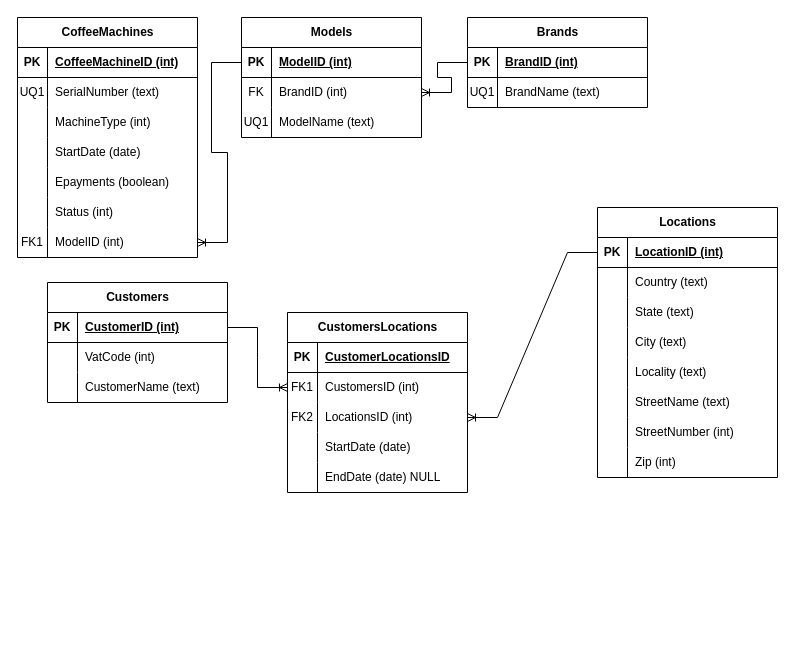
Before: Diagramma senza titolo.drawio in federico-mariconti/SIAM-1838, a draw.io diagram. Source tidied: cells renumbered, new cells numbered last; positions are measured from the earlier drawing's top-left corner, leaving out a move shared by most shapes. Both pictures are drawn from the tidied source at 100%, with x=0, y=0 at pixel (17, 17).
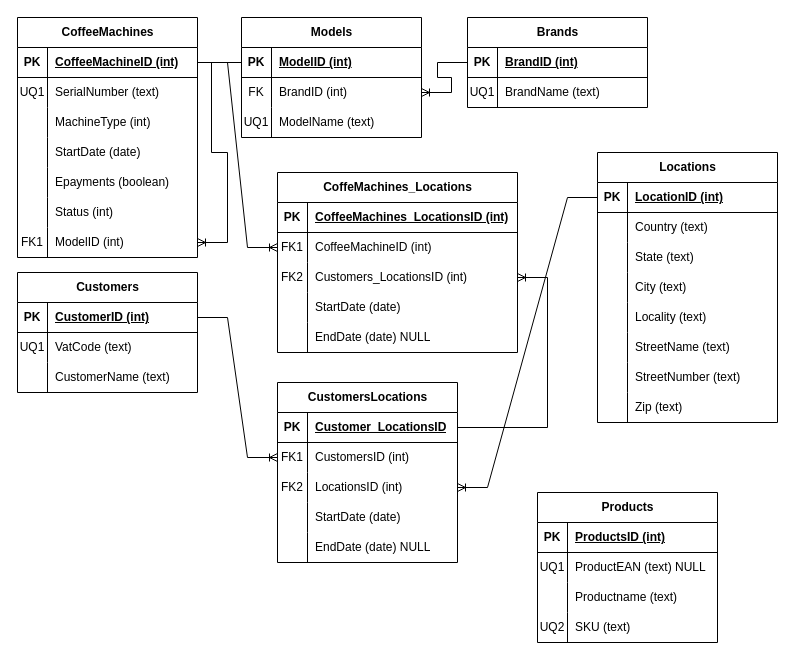
The same page after the edit.

The change refers to these unchanged cells:
```xml
<mxCell id="3" style="shape=tableRow;horizontal=0;startSize=0;swimlaneHead=0;swimlaneBody=0;fillColor=none;points=[[0,0.5],[1,0.5]];portConstraint=eastwest;top=0;left=0;right=0;bottom=1;" parent="2" vertex="1">
  <mxGeometry y="30" width="180" height="30" as="geometry" />
</mxCell>
<mxCell id="47" style="shape=tableRow;horizontal=0;startSize=0;swimlaneHead=0;swimlaneBody=0;fillColor=none;top=0;left=0;right=0;bottom=0;" parent="43" vertex="1">
  <mxGeometry y="60" width="180" height="30" as="geometry" />
</mxCell>
<mxCell id="72" style="shape=tableRow;horizontal=0;startSize=0;swimlaneHead=0;swimlaneBody=0;fillColor=none;top=0;left=0;right=0;bottom=0;" parent="53" vertex="1">
  <mxGeometry y="210" width="180" height="30" as="geometry" />
</mxCell>
<mxCell id="75" style="shape=tableRow;horizontal=0;startSize=0;swimlaneHead=0;swimlaneBody=0;fillColor=none;top=0;left=0;right=0;bottom=0;" parent="53" vertex="1">
  <mxGeometry y="240" width="180" height="30" as="geometry" />
</mxCell>
<mxCell id="79" style="shape=tableRow;horizontal=0;startSize=0;swimlaneHead=0;swimlaneBody=0;fillColor=none;points=[[0,0.5],[1,0.5]];portConstraint=eastwest;top=0;left=0;right=0;bottom=1;" parent="78" vertex="1">
  <mxGeometry y="30" width="180" height="30" as="geometry" />
</mxCell>
```

The edit, as a diff of the source:
```diff
@@
     <mxCell id="43" value="Customers" style="shape=table;startSize=30;childLayout=tableLayout;rowLines=0;fontStyle=1;align=center;html=1;" parent="1" vertex="1">
-      <mxGeometry x="30" y="265" width="180" height="120" as="geometry" />
+      <mxGeometry y="255" width="180" height="120" as="geometry" />
     </mxCell>
@@
-    <mxCell id="48" style="shape=partialRectangle;fillColor=none;top=0;left=0;bottom=0;right=0;overflow=hidden;whiteSpace=wrap;html=1;" parent="47" vertex="1">
+    <mxCell id="48" value="UQ1" style="shape=partialRectangle;fillColor=none;top=0;left=0;bottom=0;right=0;overflow=hidden;whiteSpace=wrap;html=1;" parent="47" vertex="1">
       <mxGeometry width="30" height="30" as="geometry" />
     </mxCell>
-    <mxCell id="49" value="VatCode (int)" style="shape=partialRectangle;fillColor=none;top=0;left=0;bottom=0;right=0;align=left;spacingLeft=6;overflow=hidden;whiteSpace=wrap;html=1;" parent="47" vertex="1">
+    <mxCell id="49" value="VatCode (text)" style="shape=partialRectangle;fillColor=none;top=0;left=0;bottom=0;right=0;align=left;spacingLeft=6;overflow=hidden;whiteSpace=wrap;html=1;" parent="47" vertex="1">
       <mxGeometry x="30" width="150" height="30" as="geometry" />
     </mxCell>
@@
     <mxCell id="53" value="Locations" style="shape=table;startSize=30;childLayout=tableLayout;rowLines=0;fontStyle=1;align=center;html=1;" parent="1" vertex="1">
-      <mxGeometry x="580" y="190" width="180" height="270" as="geometry" />
+      <mxGeometry x="580" y="135" width="180" height="270" as="geometry" />
     </mxCell>
@@
-    <mxCell id="74" value="StreetNumber (int)" style="shape=partialRectangle;fillColor=none;top=0;left=0;bottom=0;right=0;align=left;spacingLeft=6;overflow=hidden;whiteSpace=wrap;html=1;" parent="72" vertex="1">
+    <mxCell id="74" value="StreetNumber (text)" style="shape=partialRectangle;fillColor=none;top=0;left=0;bottom=0;right=0;align=left;spacingLeft=6;overflow=hidden;whiteSpace=wrap;html=1;" parent="72" vertex="1">
       <mxGeometry x="30" width="150" height="30" as="geometry" />
     </mxCell>
@@
-    <mxCell id="77" value="Zip (int)" style="shape=partialRectangle;fillColor=none;top=0;left=0;bottom=0;right=0;align=left;spacingLeft=6;overflow=hidden;whiteSpace=wrap;html=1;" parent="75" vertex="1">
+    <mxCell id="77" value="Zip (text)" style="shape=partialRectangle;fillColor=none;top=0;left=0;bottom=0;right=0;align=left;spacingLeft=6;overflow=hidden;whiteSpace=wrap;html=1;" parent="75" vertex="1">
       <mxGeometry x="30" width="150" height="30" as="geometry" />
     </mxCell>
     <mxCell id="78" value="CustomersLocations" style="shape=table;startSize=30;childLayout=tableLayout;rowLines=0;fontStyle=1;align=center;html=1;" parent="1" vertex="1">
-      <mxGeometry x="270" y="295" width="180" height="180" as="geometry" />
+      <mxGeometry x="260" y="365" width="180" height="180" as="geometry" />
     </mxCell>
@@
-    <mxCell id="81" value="CustomerLocationsID" style="shape=partialRectangle;fillColor=none;top=0;left=0;bottom=0;right=0;align=left;spacingLeft=6;fontStyle=5;overflow=hidden;whiteSpace=wrap;html=1;" parent="79" vertex="1">
+    <mxCell id="81" value="Customer_LocationsID" style="shape=partialRectangle;fillColor=none;top=0;left=0;bottom=0;right=0;align=left;spacingLeft=6;fontStyle=5;overflow=hidden;whiteSpace=wrap;html=1;" parent="79" vertex="1">
       <mxGeometry x="30" width="150" height="30" as="geometry" />
     </mxCell>
@@
+    <mxCell id="96" value="CoffeMachines_Locations" style="shape=table;startSize=30;childLayout=tableLayout;rowLines=0;fontStyle=1;align=center;html=1;" parent="1" vertex="1">
+      <mxGeometry x="260" y="155" width="240" height="180" as="geometry" />
+    </mxCell>
+    <mxCell id="97" style="shape=tableRow;horizontal=0;startSize=0;swimlaneHead=0;swimlaneBody=0;fillColor=none;top=0;left=0;right=0;bottom=1;" parent="96" vertex="1">
+      <mxGeometry y="30" width="240" height="30" as="geometry" />
+    </mxCell>
+    <mxCell id="98" value="PK" style="shape=partialRectangle;fillColor=none;top=0;left=0;bottom=0;right=0;fontStyle=1;overflow=hidden;whiteSpace=wrap;html=1;" parent="97" vertex="1">
+      <mxGeometry width="30" height="30" as="geometry" />
+    </mxCell>
+    <mxCell id="99" value="CoffeeMachines_LocationsID (int)" style="shape=partialRectangle;fillColor=none;top=0;left=0;bottom=0;right=0;align=left;spacingLeft=6;fontStyle=5;overflow=hidden;whiteSpace=wrap;html=1;" parent="97" vertex="1">
+      <mxGeometry x="30" width="210" height="30" as="geometry" />
+    </mxCell>
+    <mxCell id="100" style="shape=tableRow;horizontal=0;startSize=0;swimlaneHead=0;swimlaneBody=0;fillColor=none;points=[[0,0.5],[1,0.5]];portConstraint=eastwest;top=0;left=0;right=0;bottom=0;" parent="96" vertex="1">
+      <mxGeometry y="60" width="240" height="30" as="geometry" />
+    </mxCell>
+    <mxCell id="101" value="FK1" style="shape=partialRectangle;fillColor=none;top=0;left=0;bottom=0;right=0;overflow=hidden;whiteSpace=wrap;html=1;" parent="100" vertex="1">
+      <mxGeometry width="30" height="30" as="geometry" />
+    </mxCell>
+    <mxCell id="102" value="CoffeeMachineID (int)" style="shape=partialRectangle;fillColor=none;top=0;left=0;bottom=0;right=0;align=left;spacingLeft=6;overflow=hidden;whiteSpace=wrap;html=1;" parent="100" vertex="1">
+      <mxGeometry x="30" width="210" height="30" as="geometry" />
+    </mxCell>
+    <mxCell id="103" style="shape=tableRow;horizontal=0;startSize=0;swimlaneHead=0;swimlaneBody=0;fillColor=none;points=[[0,0.5],[1,0.5]];portConstraint=eastwest;top=0;left=0;right=0;bottom=0;" parent="96" vertex="1">
+      <mxGeometry y="90" width="240" height="30" as="geometry" />
+    </mxCell>
+    <mxCell id="104" value="FK2" style="shape=partialRectangle;fillColor=none;top=0;left=0;bottom=0;right=0;overflow=hidden;whiteSpace=wrap;html=1;" parent="103" vertex="1">
+      <mxGeometry width="30" height="30" as="geometry" />
+    </mxCell>
+    <mxCell id="105" value="Customers_LocationsID (int)" style="shape=partialRectangle;fillColor=none;top=0;left=0;bottom=0;right=0;align=left;spacingLeft=6;overflow=hidden;whiteSpace=wrap;html=1;" parent="103" vertex="1">
+      <mxGeometry x="30" width="210" height="30" as="geometry" />
+    </mxCell>
+    <mxCell id="106" style="shape=tableRow;horizontal=0;startSize=0;swimlaneHead=0;swimlaneBody=0;fillColor=none;top=0;left=0;right=0;bottom=0;" parent="96" vertex="1">
+      <mxGeometry y="120" width="240" height="30" as="geometry" />
+    </mxCell>
+    <mxCell id="107" style="shape=partialRectangle;fillColor=none;top=0;left=0;bottom=0;right=0;overflow=hidden;whiteSpace=wrap;html=1;" parent="106" vertex="1">
+      <mxGeometry width="30" height="30" as="geometry" />
+    </mxCell>
+    <mxCell id="108" value="StartDate (date)" style="shape=partialRectangle;fillColor=none;top=0;left=0;bottom=0;right=0;align=left;spacingLeft=6;overflow=hidden;whiteSpace=wrap;html=1;" parent="106" vertex="1">
+      <mxGeometry x="30" width="210" height="30" as="geometry" />
+    </mxCell>
+    <mxCell id="109" style="shape=tableRow;horizontal=0;startSize=0;swimlaneHead=0;swimlaneBody=0;fillColor=none;top=0;left=0;right=0;bottom=0;" parent="96" vertex="1">
+      <mxGeometry y="150" width="240" height="30" as="geometry" />
+    </mxCell>
+    <mxCell id="110" style="shape=partialRectangle;fillColor=none;top=0;left=0;bottom=0;right=0;overflow=hidden;whiteSpace=wrap;html=1;" parent="109" vertex="1">
+      <mxGeometry width="30" height="30" as="geometry" />
+    </mxCell>
+    <mxCell id="111" value="EndDate (date) NULL" style="shape=partialRectangle;fillColor=none;top=0;left=0;bottom=0;right=0;align=left;spacingLeft=6;overflow=hidden;whiteSpace=wrap;html=1;" parent="109" vertex="1">
+      <mxGeometry x="30" width="210" height="30" as="geometry" />
+    </mxCell>
+    <mxCell id="112" style="edgeStyle=entityRelationEdgeStyle;fontSize=12;html=1;endArrow=ERoneToMany;rounded=0;" parent="1" edge="1" source="3" target="100">
+      <mxGeometry relative="1" as="geometry" />
+    </mxCell>
+    <mxCell id="113" style="edgeStyle=entityRelationEdgeStyle;fontSize=12;html=1;endArrow=ERoneToMany;rounded=0;" parent="1" edge="1" source="79" target="103">
+      <mxGeometry relative="1" as="geometry" />
+    </mxCell>
+    <mxCell id="114" value="Products" style="shape=table;startSize=30;childLayout=tableLayout;rowLines=0;fontStyle=1;align=center;html=1;" parent="1" vertex="1">
+      <mxGeometry x="520" y="475" width="180" height="150" as="geometry" />
+    </mxCell>
+    <mxCell id="115" style="shape=tableRow;horizontal=0;startSize=0;swimlaneHead=0;swimlaneBody=0;fillColor=none;top=0;left=0;right=0;bottom=1;" parent="114" vertex="1">
+      <mxGeometry y="30" width="180" height="30" as="geometry" />
+    </mxCell>
+    <mxCell id="116" value="PK" style="shape=partialRectangle;fillColor=none;top=0;left=0;bottom=0;right=0;fontStyle=1;overflow=hidden;whiteSpace=wrap;html=1;" parent="115" vertex="1">
+      <mxGeometry width="30" height="30" as="geometry" />
+    </mxCell>
+    <mxCell id="117" value="ProductsID (int)" style="shape=partialRectangle;fillColor=none;top=0;left=0;bottom=0;right=0;align=left;spacingLeft=6;fontStyle=5;overflow=hidden;whiteSpace=wrap;html=1;" parent="115" vertex="1">
+      <mxGeometry x="30" width="150" height="30" as="geometry" />
+    </mxCell>
+    <mxCell id="118" style="shape=tableRow;horizontal=0;startSize=0;swimlaneHead=0;swimlaneBody=0;fillColor=none;top=0;left=0;right=0;bottom=0;" parent="114" vertex="1">
+      <mxGeometry y="60" width="180" height="30" as="geometry" />
+    </mxCell>
+    <mxCell id="119" value="UQ1" style="shape=partialRectangle;fillColor=none;top=0;left=0;bottom=0;right=0;overflow=hidden;whiteSpace=wrap;html=1;" parent="118" vertex="1">
+      <mxGeometry width="30" height="30" as="geometry" />
+    </mxCell>
+    <mxCell id="120" value="ProductEAN (text) NULL" style="shape=partialRectangle;fillColor=none;top=0;left=0;bottom=0;right=0;align=left;spacingLeft=6;overflow=hidden;whiteSpace=wrap;html=1;" parent="118" vertex="1">
+      <mxGeometry x="30" width="150" height="30" as="geometry" />
+    </mxCell>
+    <mxCell id="121" style="shape=tableRow;horizontal=0;startSize=0;swimlaneHead=0;swimlaneBody=0;fillColor=none;top=0;left=0;right=0;bottom=0;" parent="114" vertex="1">
+      <mxGeometry y="90" width="180" height="30" as="geometry" />
+    </mxCell>
+    <mxCell id="122" style="shape=partialRectangle;fillColor=none;top=0;left=0;bottom=0;right=0;overflow=hidden;whiteSpace=wrap;html=1;" parent="121" vertex="1">
+      <mxGeometry width="30" height="30" as="geometry" />
+    </mxCell>
+    <mxCell id="123" value="Productname (text)" style="shape=partialRectangle;fillColor=none;top=0;left=0;bottom=0;right=0;align=left;spacingLeft=6;overflow=hidden;whiteSpace=wrap;html=1;" parent="121" vertex="1">
+      <mxGeometry x="30" width="150" height="30" as="geometry" />
+    </mxCell>
+    <mxCell id="124" style="shape=tableRow;horizontal=0;startSize=0;swimlaneHead=0;swimlaneBody=0;fillColor=none;top=0;left=0;right=0;bottom=0;" parent="114" vertex="1">
+      <mxGeometry y="120" width="180" height="30" as="geometry" />
+    </mxCell>
+    <mxCell id="125" value="UQ2" style="shape=partialRectangle;fillColor=none;top=0;left=0;bottom=0;right=0;overflow=hidden;whiteSpace=wrap;html=1;" parent="124" vertex="1">
+      <mxGeometry width="30" height="30" as="geometry" />
+    </mxCell>
+    <mxCell id="126" value="SKU (text)" style="shape=partialRectangle;fillColor=none;top=0;left=0;bottom=0;right=0;align=left;spacingLeft=6;overflow=hidden;whiteSpace=wrap;html=1;" parent="124" vertex="1">
+      <mxGeometry x="30" width="150" height="30" as="geometry" />
+    </mxCell>
```
